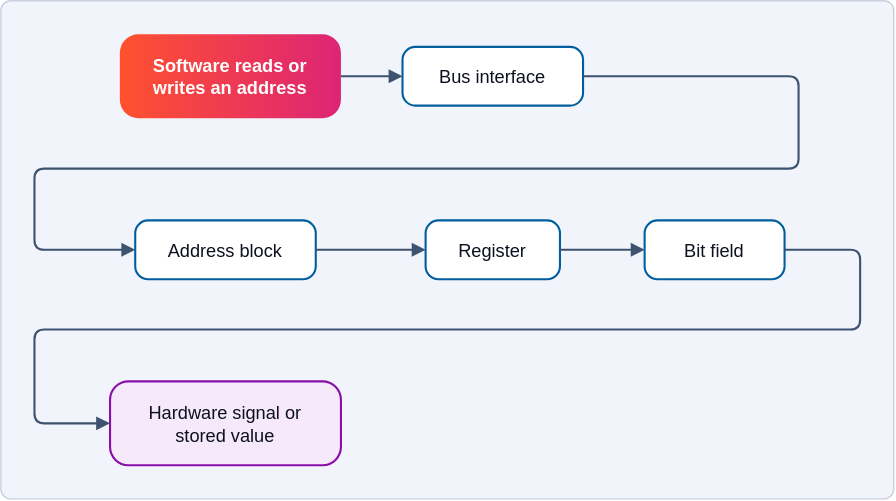
The draw.io diagram docs/images/diagrams/tutorials-memory-mapped-registers-1.drawio.svg in bleviet/ipcraft-vscode, before a commit. Source tidied: cells renumbered, new cells last; positions are measured from the earlier drawing's top-left corner, leaving out a move shared by most shapes.
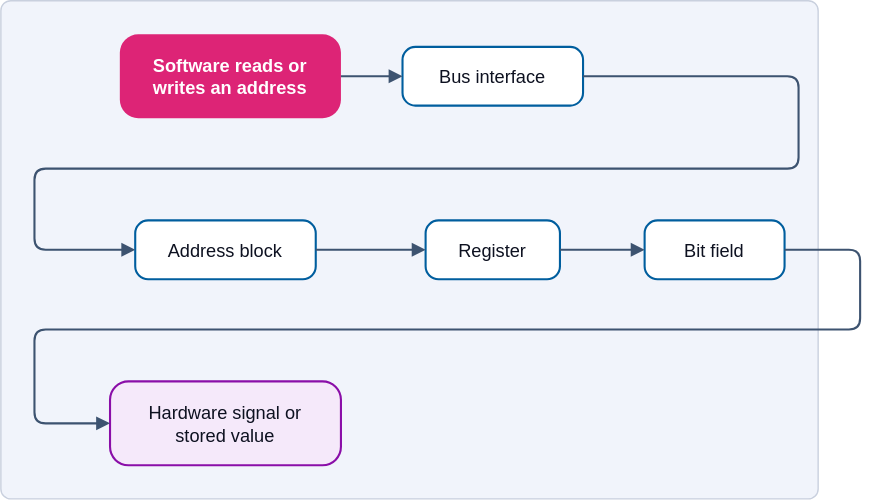
After the change.

Diff of the diagram source:
```diff
@@ -3,10 +3,10 @@
     <mxCell id="0" />
     <mxCell id="1" value="Background" parent="0" />
     <mxCell id="2" style="rounded=1;arcSize=2;absoluteArcSize=0;fillColor=#f1f4fb;strokeColor=#c9d0de;" parent="1" vertex="1">
-      <mxGeometry width="638" height="356" as="geometry" />
+      <mxGeometry width="584" height="356" as="geometry" />
     </mxCell>
     <mxCell id="3" value="Diagram" parent="0" />
-    <mxCell id="4" value="Software reads or&#10;writes an address" style="fontFamily=Manrope, Helvetica, Arial, sans-serif;fontSize=13;fontColor=#0d1120;strokeWidth=1.5;rounded=1;arcSize=22;fillColor=#ff512f;gradientColor=#dd2476;gradientDirection=east;strokeColor=none;fontColor=#ffffff;fontStyle=1;" parent="3" vertex="1">
+    <mxCell id="4" value="Software reads or&#10;writes an address" style="fontFamily=Manrope, Helvetica, Arial, sans-serif;fontSize=13;fontColor=#0d1120;strokeWidth=1.5;rounded=1;arcSize=22;fillColor=#dd2476;strokeColor=none;fontColor=#ffffff;fontStyle=1;" parent="3" vertex="1">
       <mxGeometry x="85" y="24" width="158" height="60" as="geometry" />
     </mxCell>
     <mxCell id="5" value="Bus interface" style="fontFamily=Manrope, Helvetica, Arial, sans-serif;fontSize=13;fontColor=#0d1120;strokeWidth=1.5;rounded=1;arcSize=22;fillColor=#ffffff;strokeColor=#005e9e;" parent="3" vertex="1">
@@ -24,10 +24,10 @@
     <mxCell id="9" value="Hardware signal or&#10;stored value" style="fontFamily=Manrope, Helvetica, Arial, sans-serif;fontSize=13;fontColor=#0d1120;strokeWidth=1.5;rounded=1;arcSize=22;fillColor=#f5e9fa;strokeColor=#8a0ea8;" parent="3" vertex="1">
       <mxGeometry x="78" y="272" width="165" height="60" as="geometry" />
     </mxCell>
-    <mxCell id="10" style="edgeStyle=orthogonalEdgeStyle;rounded=1;arcSize=14;strokeColor=#3d5370;strokeWidth=1.5;endArrow=block;endFill=1;endSize=6;fontFamily=Manrope, Helvetica, Arial, sans-serif;fontSize=11;fontColor=#3d5370;labelBackgroundColor=#f1f4fb;exitX=1;exitY=0.5;exitDx=0;exitDy=0;entryX=0;entryY=0.5;entryDx=0;entryDy=0;" parent="3" edge="1" source="4" target="5">
+    <mxCell id="10" style="edgeStyle=orthogonalEdgeStyle;rounded=1;arcSize=16;html=0;strokeColor=#3d5370;strokeWidth=1.5;endArrow=block;endFill=1;endSize=6;fontFamily=Manrope, Helvetica, Arial, sans-serif;fontSize=11;fontColor=#3d5370;labelBackgroundColor=#f1f4fb;exitX=1;exitY=0.5;exitDx=0;exitDy=0;entryX=0;entryY=0.5;entryDx=0;entryDy=0;" parent="3" edge="1" source="4" target="5">
       <mxGeometry relative="1" as="geometry" />
     </mxCell>
-    <mxCell id="11" style="edgeStyle=orthogonalEdgeStyle;rounded=1;arcSize=14;strokeColor=#3d5370;strokeWidth=1.5;endArrow=block;endFill=1;endSize=6;fontFamily=Manrope, Helvetica, Arial, sans-serif;fontSize=11;fontColor=#3d5370;labelBackgroundColor=#f1f4fb;exitX=1;exitY=0.5;exitDx=0;exitDy=0;entryX=0;entryY=0.5;entryDx=0;entryDy=0;" parent="3" edge="1" source="5" target="6">
+    <mxCell id="11" style="edgeStyle=orthogonalEdgeStyle;rounded=1;arcSize=16;html=0;strokeColor=#3d5370;strokeWidth=1.5;endArrow=block;endFill=1;endSize=6;fontFamily=Manrope, Helvetica, Arial, sans-serif;fontSize=11;fontColor=#3d5370;labelBackgroundColor=#f1f4fb;exitX=1;exitY=0.5;exitDx=0;exitDy=0;entryX=0;entryY=0.5;entryDx=0;entryDy=0;" parent="3" edge="1" source="5" target="6">
       <mxGeometry relative="1" as="geometry">
         <Array as="points">
           <mxPoint x="570" y="54" />
@@ -37,13 +37,13 @@
         </Array>
       </mxGeometry>
     </mxCell>
-    <mxCell id="12" style="edgeStyle=orthogonalEdgeStyle;rounded=1;arcSize=14;strokeColor=#3d5370;strokeWidth=1.5;endArrow=block;endFill=1;endSize=6;fontFamily=Manrope, Helvetica, Arial, sans-serif;fontSize=11;fontColor=#3d5370;labelBackgroundColor=#f1f4fb;exitX=1;exitY=0.5;exitDx=0;exitDy=0;entryX=0;entryY=0.5;entryDx=0;entryDy=0;" parent="3" edge="1" source="6" target="7">
+    <mxCell id="12" style="edgeStyle=orthogonalEdgeStyle;rounded=1;arcSize=16;html=0;strokeColor=#3d5370;strokeWidth=1.5;endArrow=block;endFill=1;endSize=6;fontFamily=Manrope, Helvetica, Arial, sans-serif;fontSize=11;fontColor=#3d5370;labelBackgroundColor=#f1f4fb;exitX=1;exitY=0.5;exitDx=0;exitDy=0;entryX=0;entryY=0.5;entryDx=0;entryDy=0;" parent="3" edge="1" source="6" target="7">
       <mxGeometry relative="1" as="geometry" />
     </mxCell>
-    <mxCell id="13" style="edgeStyle=orthogonalEdgeStyle;rounded=1;arcSize=14;strokeColor=#3d5370;strokeWidth=1.5;endArrow=block;endFill=1;endSize=6;fontFamily=Manrope, Helvetica, Arial, sans-serif;fontSize=11;fontColor=#3d5370;labelBackgroundColor=#f1f4fb;exitX=1;exitY=0.5;exitDx=0;exitDy=0;entryX=0;entryY=0.5;entryDx=0;entryDy=0;" parent="3" edge="1" source="7" target="8">
+    <mxCell id="13" style="edgeStyle=orthogonalEdgeStyle;rounded=1;arcSize=16;html=0;strokeColor=#3d5370;strokeWidth=1.5;endArrow=block;endFill=1;endSize=6;fontFamily=Manrope, Helvetica, Arial, sans-serif;fontSize=11;fontColor=#3d5370;labelBackgroundColor=#f1f4fb;exitX=1;exitY=0.5;exitDx=0;exitDy=0;entryX=0;entryY=0.5;entryDx=0;entryDy=0;" parent="3" edge="1" source="7" target="8">
       <mxGeometry relative="1" as="geometry" />
     </mxCell>
-    <mxCell id="14" style="edgeStyle=orthogonalEdgeStyle;rounded=1;arcSize=14;strokeColor=#3d5370;strokeWidth=1.5;endArrow=block;endFill=1;endSize=6;fontFamily=Manrope, Helvetica, Arial, sans-serif;fontSize=11;fontColor=#3d5370;labelBackgroundColor=#f1f4fb;exitX=1;exitY=0.5;exitDx=0;exitDy=0;entryX=0;entryY=0.5;entryDx=0;entryDy=0;" parent="3" edge="1" source="8" target="9">
+    <mxCell id="14" style="edgeStyle=orthogonalEdgeStyle;rounded=1;arcSize=16;html=0;strokeColor=#3d5370;strokeWidth=1.5;endArrow=block;endFill=1;endSize=6;fontFamily=Manrope, Helvetica, Arial, sans-serif;fontSize=11;fontColor=#3d5370;labelBackgroundColor=#f1f4fb;exitX=1;exitY=0.5;exitDx=0;exitDy=0;entryX=0;entryY=0.5;entryDx=0;entryDy=0;" parent="3" edge="1" source="8" target="9">
       <mxGeometry relative="1" as="geometry">
         <Array as="points">
           <mxPoint x="614" y="178" />
```
